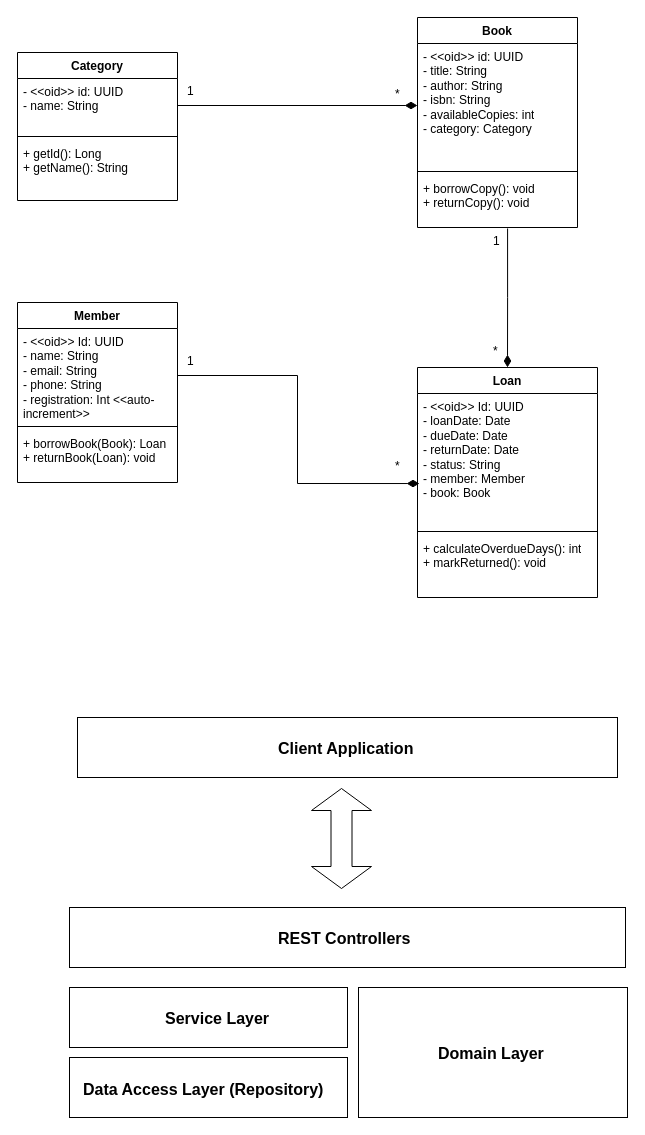
Earlier version of the draw.io diagram biblioteca-api/diagram.drawio (wagnereler/biblioteca-digital). Source tidied: cells renumbered, new cells numbered last; positions are measured from the earlier drawing's top-left corner, leaving out a move shared by most shapes. Both pictures are drawn from the tidied source at 100%, with x=0, y=0 at pixel (17, 17).
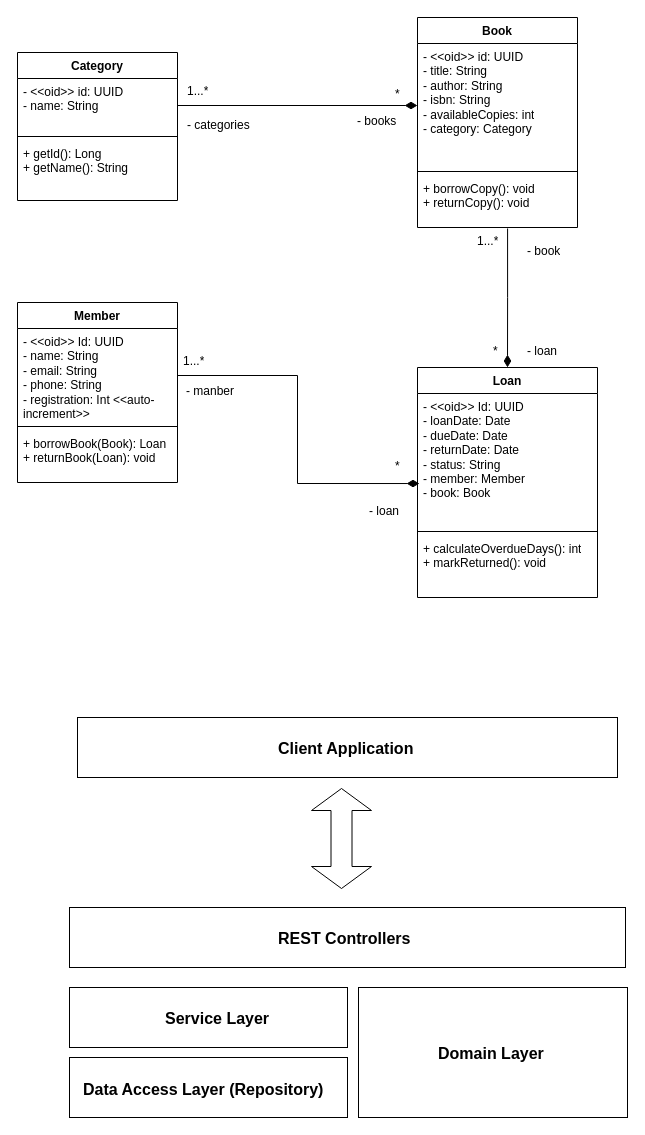
After the change.

Diff of the diagram source:
```diff
@@
-    <mxCell id="21" value="1" style="text;strokeColor=none;fillColor=none;align=left;verticalAlign=top;spacingLeft=4;spacingRight=4;overflow=hidden;whiteSpace=wrap;html=1;" parent="1" vertex="1">
-      <mxGeometry x="164" y="60" width="20" height="30" as="geometry" />
+    <mxCell id="21" value="1...*" style="text;strokeColor=none;fillColor=none;align=left;verticalAlign=top;spacingLeft=4;spacingRight=4;overflow=hidden;whiteSpace=wrap;html=1;" parent="1" vertex="1">
+      <mxGeometry x="164" y="60" width="36" height="30" as="geometry" />
     </mxCell>
@@
-    <mxCell id="23" value="1" style="text;strokeColor=none;fillColor=none;align=left;verticalAlign=top;spacingLeft=4;spacingRight=4;overflow=hidden;whiteSpace=wrap;html=1;" parent="1" vertex="1">
-      <mxGeometry x="470" y="210" width="20" height="30" as="geometry" />
-    </mxCell>
@@
-    <mxCell id="25" value="1" style="text;strokeColor=none;fillColor=none;align=left;verticalAlign=top;spacingLeft=4;spacingRight=4;overflow=hidden;whiteSpace=wrap;html=1;" parent="1" vertex="1">
-      <mxGeometry x="164" y="330" width="20" height="30" as="geometry" />
-    </mxCell>
@@
+    <mxCell id="38" value="- categories" style="text;strokeColor=none;fillColor=none;align=left;verticalAlign=top;spacingLeft=4;spacingRight=4;overflow=hidden;whiteSpace=wrap;html=1;" parent="1" vertex="1">
+      <mxGeometry x="164" y="94" width="76" height="30" as="geometry" />
+    </mxCell>
+    <mxCell id="39" value="- books" style="text;strokeColor=none;fillColor=none;align=left;verticalAlign=top;spacingLeft=4;spacingRight=4;overflow=hidden;whiteSpace=wrap;html=1;" parent="1" vertex="1">
+      <mxGeometry x="334" y="90" width="58" height="30" as="geometry" />
+    </mxCell>
+    <mxCell id="40" value="1...*" style="text;strokeColor=none;fillColor=none;align=left;verticalAlign=top;spacingLeft=4;spacingRight=4;overflow=hidden;whiteSpace=wrap;html=1;" parent="1" vertex="1">
+      <mxGeometry x="160" y="330" width="36" height="30" as="geometry" />
+    </mxCell>
+    <mxCell id="41" value="1...*" style="text;strokeColor=none;fillColor=none;align=left;verticalAlign=top;spacingLeft=4;spacingRight=4;overflow=hidden;whiteSpace=wrap;html=1;" parent="1" vertex="1">
+      <mxGeometry x="454" y="210" width="36" height="30" as="geometry" />
+    </mxCell>
+    <mxCell id="42" value="- manber" style="text;strokeColor=none;fillColor=none;align=left;verticalAlign=top;spacingLeft=4;spacingRight=4;overflow=hidden;whiteSpace=wrap;html=1;" parent="1" vertex="1">
+      <mxGeometry x="163" y="360" width="76" height="30" as="geometry" />
+    </mxCell>
+    <mxCell id="43" value="- loan" style="text;strokeColor=none;fillColor=none;align=left;verticalAlign=top;spacingLeft=4;spacingRight=4;overflow=hidden;whiteSpace=wrap;html=1;" parent="1" vertex="1">
+      <mxGeometry x="346" y="480" width="46" height="30" as="geometry" />
+    </mxCell>
+    <mxCell id="44" value="- book" style="text;strokeColor=none;fillColor=none;align=left;verticalAlign=top;spacingLeft=4;spacingRight=4;overflow=hidden;whiteSpace=wrap;html=1;" parent="1" vertex="1">
+      <mxGeometry x="504" y="220" width="56" height="30" as="geometry" />
+    </mxCell>
+    <mxCell id="45" value="- loan" style="text;strokeColor=none;fillColor=none;align=left;verticalAlign=top;spacingLeft=4;spacingRight=4;overflow=hidden;whiteSpace=wrap;html=1;" parent="1" vertex="1">
+      <mxGeometry x="504" y="320" width="76" height="30" as="geometry" />
+    </mxCell>
```
